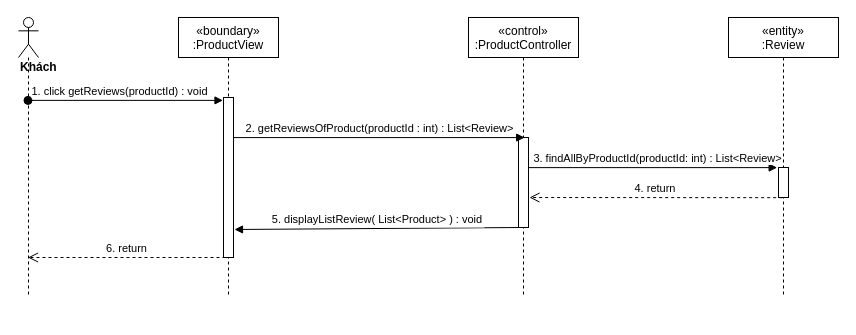
The draw.io diagram sequence diagram/getReviews-sequence.drawio in nguyenphamvan/datn_20202, before the edit. Source tidied: cells renumbered, new cells numbered last; positions are measured from the earlier drawing's top-left corner, leaving out a move shared by most shapes. Both pictures are drawn from the tidied source at 100%, with x=0, y=0 at pixel (18, 17).
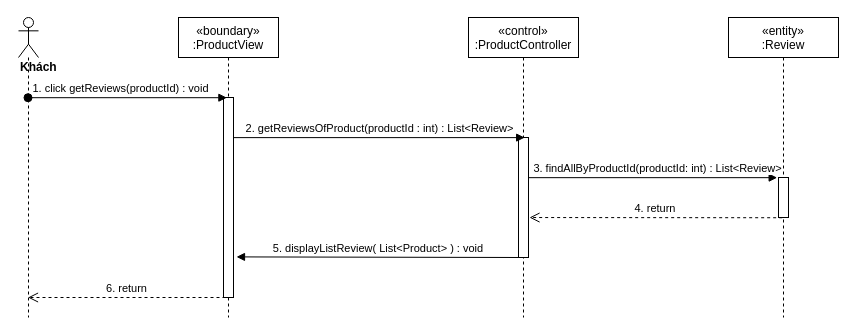
The same page after the edit.

What changed in the source:
```diff
@@
 <mxGraphModel>
   <root>
     <mxCell id="0" />
     <mxCell id="1" parent="0" />
     <mxCell id="2" value="«boundary»&#10;:ProductView" style="shape=umlLifeline;perimeter=lifelinePerimeter;rounded=0;shadow=0;strokeWidth=1;" parent="1" vertex="1">
-      <mxGeometry x="160" width="100" height="280" as="geometry" />
+      <mxGeometry x="160" width="100" height="300" as="geometry" />
     </mxCell>
     <mxCell id="3" style="points=[];perimeter=orthogonalPerimeter;rounded=0;shadow=0;strokeWidth=1;" parent="2" vertex="1">
-      <mxGeometry x="45" y="80" width="10" height="160" as="geometry" />
+      <mxGeometry x="45" y="80" width="10" height="200" as="geometry" />
     </mxCell>
     <mxCell id="4" value="«control»&#10;:ProductController" style="shape=umlLifeline;perimeter=lifelinePerimeter;rounded=0;shadow=0;strokeWidth=1;" parent="1" vertex="1">
-      <mxGeometry x="450" width="110" height="280" as="geometry" />
+      <mxGeometry x="450" width="110" height="300" as="geometry" />
     </mxCell>
     <mxCell id="5" style="points=[];perimeter=orthogonalPerimeter;rounded=0;shadow=0;strokeWidth=1;" parent="4" vertex="1">
-      <mxGeometry x="50" y="120" width="10" height="90" as="geometry" />
+      <mxGeometry x="50" y="120" width="10" height="120" as="geometry" />
     </mxCell>
     <mxCell id="6" value="&lt;div&gt;&lt;b&gt;Khách&lt;/b&gt;&lt;/div&gt;" style="shape=umlLifeline;participant=umlActor;perimeter=lifelinePerimeter;whiteSpace=wrap;html=1;verticalAlign=top;spacingTop=36;outlineConnect=0;align=left;" parent="1" vertex="1">
-      <mxGeometry width="20" height="280" as="geometry" />
+      <mxGeometry width="20" height="300" as="geometry" />
     </mxCell>
-    <mxCell id="7" value="1. click getReviews(productId) : void" style="verticalAlign=bottom;startArrow=oval;endArrow=block;startSize=8;shadow=0;strokeWidth=1;entryX=-0.05;entryY=0.018;entryDx=0;entryDy=0;entryPerimeter=0;" parent="1" edge="1" source="6" target="3">
+    <mxCell id="7" value="1. click getReviews(productId) : void" style="verticalAlign=bottom;startArrow=oval;endArrow=block;startSize=8;shadow=0;strokeWidth=1;entryX=0.34;entryY=0.001;entryDx=0;entryDy=0;entryPerimeter=0;" parent="1" edge="1" source="6" target="3">
       <mxGeometry x="-0.06" relative="1" as="geometry" />
     </mxCell>
     <mxCell id="8" value="2. getReviewsOfProduct(productId : int) : List&amp;lt;Review&amp;gt;" style="html=1;verticalAlign=bottom;endArrow=block;entryX=0.617;entryY=0.001;entryDx=0;entryDy=0;entryPerimeter=0;" parent="1" edge="1" source="3" target="5">
       <mxGeometry relative="1" as="geometry" />
     </mxCell>
     <mxCell id="9" value="«entity»&#10;:Review" style="shape=umlLifeline;perimeter=lifelinePerimeter;rounded=0;shadow=0;strokeWidth=1;" parent="1" vertex="1">
-      <mxGeometry x="710" width="110" height="280" as="geometry" />
+      <mxGeometry x="710" width="110" height="300" as="geometry" />
     </mxCell>
     <mxCell id="10" style="points=[];perimeter=orthogonalPerimeter;rounded=0;shadow=0;strokeWidth=1;" parent="9" vertex="1">
-      <mxGeometry x="50" y="150" width="10" height="30" as="geometry" />
+      <mxGeometry x="50" y="160" width="10" height="40" as="geometry" />
     </mxCell>
     <mxCell id="11" value="3. findAllByProductId(productId: int) : List&amp;lt;Review&amp;gt;" style="html=1;verticalAlign=bottom;endArrow=block;entryX=-0.133;entryY=0.004;entryDx=0;entryDy=0;entryPerimeter=0;" parent="1" edge="1" source="5" target="10">
       <mxGeometry x="0.04" relative="1" as="geometry" />
     </mxCell>
     <mxCell id="12" value="4. return&amp;nbsp;" style="html=1;verticalAlign=bottom;endArrow=open;dashed=1;endSize=8;exitX=0.367;exitY=1.006;exitDx=0;exitDy=0;exitPerimeter=0;entryX=1.1;entryY=0.667;entryDx=0;entryDy=0;entryPerimeter=0;" parent="1" edge="1" source="10" target="5">
       <mxGeometry relative="1" as="geometry" />
     </mxCell>
-    <mxCell id="13" value="5. displayListReview( List&lt;Product&gt; ) : void" style="verticalAlign=bottom;endArrow=block;shadow=0;strokeWidth=1;entryX=1.1;entryY=0.825;entryDx=0;entryDy=0;entryPerimeter=0;exitX=0.3;exitY=1;exitDx=0;exitDy=0;exitPerimeter=0;" parent="1" edge="1" source="5" target="3">
+    <mxCell id="13" value="5. displayListReview( List&lt;Product&gt; ) : void" style="verticalAlign=bottom;endArrow=block;shadow=0;strokeWidth=1;exitX=0.3;exitY=1;exitDx=0;exitDy=0;exitPerimeter=0;entryX=1.3;entryY=0.797;entryDx=0;entryDy=0;entryPerimeter=0;" parent="1" edge="1" source="5" target="3">
       <mxGeometry relative="1" as="geometry" />
     </mxCell>
     <mxCell id="14" value="6. return" style="html=1;verticalAlign=bottom;endArrow=open;dashed=1;endSize=8;exitX=0.2;exitY=1;exitDx=0;exitDy=0;exitPerimeter=0;" parent="1" edge="1" source="3" target="6">
       <mxGeometry relative="1" as="geometry" />
     </mxCell>
   </root>
 </mxGraphModel>
```
